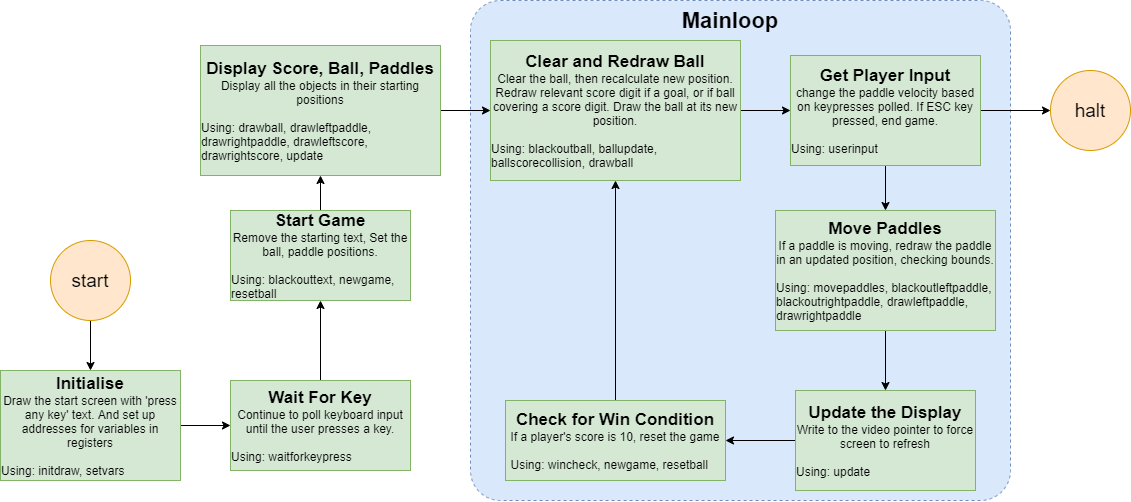
Above: doc/img/pong game structure.png in OliverKillane/Arm-11-Group-Project (draw.io), before the change. Source tidied: cells renumbered, new cells last; positions are measured from the earlier drawing's top-left corner, leaving out a move shared by most shapes. Source of this version:
```xml
<mxGraphModel>
  <root>
    <mxCell id="0" />
    <mxCell id="1" parent="0" />
    <mxCell id="2" style="rounded=1;whiteSpace=wrap;html=1;arcSize=6;dashed=1;fillColor=#dae8fc;strokeColor=#6c8ebf;" parent="1" vertex="1">
      <mxGeometry x="470" width="540" height="500" as="geometry" />
    </mxCell>
    <mxCell id="3" style="edgeStyle=orthogonalEdgeStyle;rounded=0;jettySize=auto;html=1;exitX=1;exitY=0.5;exitDx=0;exitDy=0;entryX=0;entryY=0.5;entryDx=0;entryDy=0;" parent="1" edge="1" source="4" target="26">
      <mxGeometry relative="1" as="geometry" />
    </mxCell>
    <mxCell id="4" value="&lt;span style=&quot;font-size: 17px&quot;&gt;&lt;b&gt;Initialise&lt;/b&gt;&lt;/span&gt;&lt;br&gt;Draw the start screen with 'press any key' text. And set up addresses for variables in registers&lt;br&gt;&lt;br&gt;&lt;div style=&quot;text-align: left&quot;&gt;&lt;span&gt;Using:&amp;nbsp;&lt;/span&gt;&lt;span&gt;initdraw, setvars&lt;/span&gt;&lt;/div&gt;" style="rounded=0;whiteSpace=wrap;html=1;fillColor=#d5e8d4;strokeColor=#82b366;" parent="1" vertex="1">
      <mxGeometry y="370" width="180" height="110" as="geometry" />
    </mxCell>
    <mxCell id="5" style="edgeStyle=orthogonalEdgeStyle;rounded=0;jettySize=auto;html=1;exitX=0.5;exitY=0;exitDx=0;exitDy=0;entryX=0.5;entryY=1;entryDx=0;entryDy=0;" parent="1" edge="1" source="6" target="24">
      <mxGeometry relative="1" as="geometry" />
    </mxCell>
    <mxCell id="6" value="&lt;span style=&quot;font-size: 17px&quot;&gt;&lt;b&gt;Start Game&lt;/b&gt;&lt;/span&gt;&lt;br&gt;Remove the starting text, Set the ball, paddle positions.&lt;br&gt;&lt;br&gt;&lt;div style=&quot;text-align: left&quot;&gt;&lt;span&gt;Using: blackouttext, newgame, resetball&lt;/span&gt;&lt;/div&gt;" style="rounded=0;whiteSpace=wrap;html=1;fillColor=#d5e8d4;strokeColor=#82b366;" parent="1" vertex="1">
      <mxGeometry x="230" y="210" width="180" height="90" as="geometry" />
    </mxCell>
    <mxCell id="7" style="edgeStyle=orthogonalEdgeStyle;rounded=0;jettySize=auto;html=1;exitX=1;exitY=0.5;exitDx=0;exitDy=0;entryX=0;entryY=0.5;entryDx=0;entryDy=0;" parent="1" edge="1" source="8" target="10">
      <mxGeometry relative="1" as="geometry" />
    </mxCell>
    <mxCell id="8" value="&lt;span style=&quot;font-size: 17px&quot;&gt;&lt;b&gt;Display Score, Ball, Paddles&lt;/b&gt;&lt;/span&gt;&lt;br&gt;Display all the objects in their starting positions&lt;br&gt;&lt;br&gt;&lt;div style=&quot;text-align: left&quot;&gt;&lt;span&gt;Using: drawball, drawleftpaddle, drawrightpaddle, drawleftscore, drawrightscore, update&lt;/span&gt;&lt;/div&gt;" style="rounded=0;whiteSpace=wrap;html=1;" parent="1" vertex="1">
      <mxGeometry x="200" y="45" width="240" height="130" as="geometry" />
    </mxCell>
    <mxCell id="9" style="edgeStyle=orthogonalEdgeStyle;rounded=0;jettySize=auto;html=1;exitX=1;exitY=0.5;exitDx=0;exitDy=0;entryX=0;entryY=0.5;entryDx=0;entryDy=0;" parent="1" edge="1" source="10" target="13">
      <mxGeometry relative="1" as="geometry" />
    </mxCell>
    <mxCell id="10" value="&lt;span style=&quot;font-size: 17px&quot;&gt;&lt;b&gt;Clear and Redraw Ball&lt;/b&gt;&lt;/span&gt;&lt;br&gt;Clear the ball, then recalculate new position. Redraw relevant score digit if a goal, or if ball covering a score digit. Draw the ball at its new position.&lt;br&gt;&lt;br&gt;&lt;div style=&quot;text-align: left&quot;&gt;&lt;span&gt;Using: blackoutball, ballupdate, ballscorecollision, drawball&lt;/span&gt;&lt;/div&gt;" style="rounded=0;whiteSpace=wrap;html=1;fillColor=#d5e8d4;strokeColor=#82b366;" parent="1" vertex="1">
      <mxGeometry x="490" y="40" width="250" height="140" as="geometry" />
    </mxCell>
    <mxCell id="11" style="edgeStyle=orthogonalEdgeStyle;rounded=0;jettySize=auto;html=1;exitX=0.5;exitY=1;exitDx=0;exitDy=0;entryX=0.5;entryY=0;entryDx=0;entryDy=0;" parent="1" edge="1" source="13" target="15">
      <mxGeometry relative="1" as="geometry" />
    </mxCell>
    <mxCell id="12" style="edgeStyle=orthogonalEdgeStyle;rounded=0;jettySize=auto;html=1;exitX=1;exitY=0.5;exitDx=0;exitDy=0;entryX=0;entryY=0.5;entryDx=0;entryDy=0;" parent="1" edge="1" source="13" target="23">
      <mxGeometry relative="1" as="geometry" />
    </mxCell>
    <mxCell id="13" value="&lt;span style=&quot;font-size: 17px&quot;&gt;&lt;b&gt;Get Player Input&lt;/b&gt;&lt;/span&gt;&lt;br&gt;change the paddle velocity based on keypresses polled. If ESC key pressed, end game.&lt;br&gt;&lt;br&gt;&lt;div style=&quot;text-align: left&quot;&gt;Using: userinput&lt;/div&gt;" style="rounded=0;whiteSpace=wrap;html=1;fillColor=#d5e8d4;strokeColor=#82b366;" parent="1" vertex="1">
      <mxGeometry x="790" y="55" width="190" height="110" as="geometry" />
    </mxCell>
    <mxCell id="14" style="edgeStyle=orthogonalEdgeStyle;rounded=0;jettySize=auto;html=1;exitX=0.5;exitY=1;exitDx=0;exitDy=0;entryX=0.5;entryY=0;entryDx=0;entryDy=0;" parent="1" edge="1" source="15" target="19">
      <mxGeometry relative="1" as="geometry" />
    </mxCell>
    <mxCell id="15" value="&lt;span style=&quot;font-size: 17px&quot;&gt;&lt;b&gt;Move Paddles&lt;/b&gt;&lt;/span&gt;&lt;br&gt;If a paddle is moving, redraw the paddle in an updated position, checking bounds.&lt;br&gt;&lt;br&gt;&lt;div style=&quot;text-align: left&quot;&gt;Using: movepaddles, blackoutleftpaddle, blackoutrightpaddle, drawleftpaddle, drawrightpaddle&lt;/div&gt;" style="rounded=0;whiteSpace=wrap;html=1;fillColor=#d5e8d4;strokeColor=#82b366;" parent="1" vertex="1">
      <mxGeometry x="775" y="210" width="220" height="120" as="geometry" />
    </mxCell>
    <mxCell id="16" style="edgeStyle=orthogonalEdgeStyle;rounded=0;jettySize=auto;html=1;exitX=0.5;exitY=0;exitDx=0;exitDy=0;entryX=0.5;entryY=1;entryDx=0;entryDy=0;" parent="1" edge="1" source="17" target="10">
      <mxGeometry relative="1" as="geometry" />
    </mxCell>
    <mxCell id="17" value="&lt;span style=&quot;font-size: 17px&quot;&gt;&lt;b&gt;Check for Win Condition&lt;/b&gt;&lt;/span&gt;&lt;br&gt;If a player's score is 10, reset the game&lt;br&gt;&lt;br&gt;&lt;div style=&quot;text-align: left&quot;&gt;Using: wincheck, newgame, resetball&lt;/div&gt;" style="rounded=0;whiteSpace=wrap;html=1;fillColor=#d5e8d4;strokeColor=#82b366;" parent="1" vertex="1">
      <mxGeometry x="505" y="400" width="220" height="80" as="geometry" />
    </mxCell>
    <mxCell id="18" style="edgeStyle=orthogonalEdgeStyle;rounded=0;jettySize=auto;html=1;exitX=0;exitY=0.5;exitDx=0;exitDy=0;entryX=1;entryY=0.5;entryDx=0;entryDy=0;" parent="1" edge="1" source="19" target="17">
      <mxGeometry relative="1" as="geometry" />
    </mxCell>
    <mxCell id="19" value="&lt;span style=&quot;font-size: 17px&quot;&gt;&lt;b&gt;Update the Display&lt;/b&gt;&lt;/span&gt;&lt;br&gt;Write to the video pointer to force screen to refresh&lt;br&gt;&lt;br&gt;&lt;div style=&quot;text-align: left&quot;&gt;Using: update&lt;/div&gt;" style="rounded=0;whiteSpace=wrap;html=1;fillColor=#d5e8d4;strokeColor=#82b366;" parent="1" vertex="1">
      <mxGeometry x="795" y="390" width="180" height="100" as="geometry" />
    </mxCell>
    <mxCell id="20" value="&lt;font style=&quot;font-size: 22px&quot;&gt;&lt;b&gt;Mainloop&lt;/b&gt;&lt;/font&gt;" style="text;html=1;strokeColor=none;fillColor=none;align=center;verticalAlign=middle;whiteSpace=wrap;rounded=0;dashed=1;" parent="1" vertex="1">
      <mxGeometry x="710" y="10" width="40" height="20" as="geometry" />
    </mxCell>
    <mxCell id="21" style="edgeStyle=orthogonalEdgeStyle;rounded=0;jettySize=auto;html=1;exitX=0.5;exitY=1;exitDx=0;exitDy=0;entryX=0.5;entryY=0;entryDx=0;entryDy=0;" parent="1" edge="1" source="22" target="4">
      <mxGeometry relative="1" as="geometry" />
    </mxCell>
    <mxCell id="22" value="&lt;font style=&quot;font-size: 19px&quot;&gt;start&lt;/font&gt;" style="ellipse;whiteSpace=wrap;html=1;fillColor=#ffe6cc;strokeColor=#d79b00;" parent="1" vertex="1">
      <mxGeometry x="50" y="240" width="80" height="80" as="geometry" />
    </mxCell>
    <mxCell id="23" value="&lt;font style=&quot;font-size: 19px&quot;&gt;halt&lt;/font&gt;" style="ellipse;whiteSpace=wrap;html=1;fillColor=#ffe6cc;strokeColor=#d79b00;" parent="1" vertex="1">
      <mxGeometry x="1050" y="70" width="80" height="80" as="geometry" />
    </mxCell>
    <mxCell id="24" value="&lt;span style=&quot;font-size: 17px&quot;&gt;&lt;b&gt;Display Score, Ball, Paddles&lt;/b&gt;&lt;/span&gt;&lt;br&gt;Display all the objects in their starting positions&lt;br&gt;&lt;br&gt;&lt;div style=&quot;text-align: left&quot;&gt;&lt;span&gt;Using: drawball, drawleftpaddle, drawrightpaddle, drawleftscore, drawrightscore, update&lt;/span&gt;&lt;/div&gt;" style="rounded=0;whiteSpace=wrap;html=1;fillColor=#d5e8d4;strokeColor=#82b366;" parent="1" vertex="1">
      <mxGeometry x="200" y="45" width="240" height="130" as="geometry" />
    </mxCell>
    <mxCell id="25" style="edgeStyle=orthogonalEdgeStyle;rounded=0;jettySize=auto;html=1;exitX=0.5;exitY=0;exitDx=0;exitDy=0;" parent="1" edge="1" source="26" target="6">
      <mxGeometry relative="1" as="geometry" />
    </mxCell>
    <mxCell id="26" value="&lt;span style=&quot;font-size: 17px&quot;&gt;&lt;b&gt;Wait For Key&lt;/b&gt;&lt;/span&gt;&lt;br&gt;Continue to poll keyboard input until the user presses a key.&lt;br&gt;&lt;br&gt;&lt;div style=&quot;text-align: left&quot;&gt;&lt;span&gt;Using: waitforkeypress&lt;/span&gt;&lt;/div&gt;" style="rounded=0;whiteSpace=wrap;html=1;fillColor=#d5e8d4;strokeColor=#82b366;" parent="1" vertex="1">
      <mxGeometry x="230" y="380" width="180" height="90" as="geometry" />
    </mxCell>
  </root>
</mxGraphModel>
```
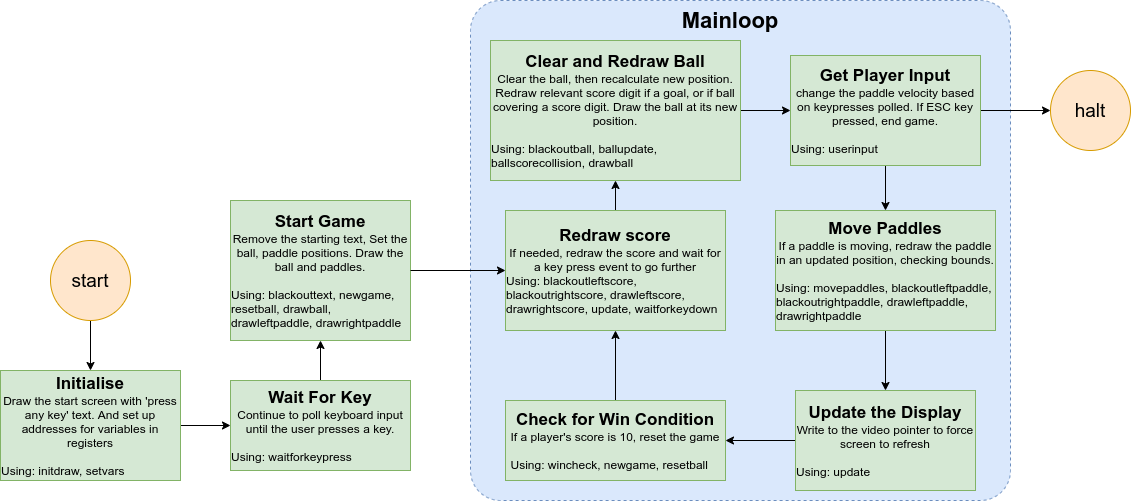
Above is the later version.

Commit message:
Updated the pong diagram

The edit, as a diff of the source:
```diff
@@ -11,18 +11,12 @@
     <mxCell id="4" value="&lt;span style=&quot;font-size: 17px&quot;&gt;&lt;b&gt;Initialise&lt;/b&gt;&lt;/span&gt;&lt;br&gt;Draw the start screen with 'press any key' text. And set up addresses for variables in registers&lt;br&gt;&lt;br&gt;&lt;div style=&quot;text-align: left&quot;&gt;&lt;span&gt;Using:&amp;nbsp;&lt;/span&gt;&lt;span&gt;initdraw, setvars&lt;/span&gt;&lt;/div&gt;" style="rounded=0;whiteSpace=wrap;html=1;fillColor=#d5e8d4;strokeColor=#82b366;" parent="1" vertex="1">
       <mxGeometry y="370" width="180" height="110" as="geometry" />
     </mxCell>
-    <mxCell id="5" style="edgeStyle=orthogonalEdgeStyle;rounded=0;jettySize=auto;html=1;exitX=0.5;exitY=0;exitDx=0;exitDy=0;entryX=0.5;entryY=1;entryDx=0;entryDy=0;" parent="1" edge="1" source="6" target="24">
-      <mxGeometry relative="1" as="geometry" />
-    </mxCell>
-    <mxCell id="6" value="&lt;span style=&quot;font-size: 17px&quot;&gt;&lt;b&gt;Start Game&lt;/b&gt;&lt;/span&gt;&lt;br&gt;Remove the starting text, Set the ball, paddle positions.&lt;br&gt;&lt;br&gt;&lt;div style=&quot;text-align: left&quot;&gt;&lt;span&gt;Using: blackouttext, newgame, resetball&lt;/span&gt;&lt;/div&gt;" style="rounded=0;whiteSpace=wrap;html=1;fillColor=#d5e8d4;strokeColor=#82b366;" parent="1" vertex="1">
-      <mxGeometry x="230" y="210" width="180" height="90" as="geometry" />
+    <mxCell id="6" value="&lt;span style=&quot;font-size: 17px&quot;&gt;&lt;b&gt;Start Game&lt;/b&gt;&lt;/span&gt;&lt;br&gt;Remove the starting text, Set the ball, paddle positions. Draw the ball and paddles.&lt;br&gt;&lt;br&gt;&lt;div style=&quot;text-align: left&quot;&gt;&lt;span&gt;Using: blackouttext, newgame, resetball, drawball, drawleftpaddle, drawrightpaddle&lt;/span&gt;&lt;/div&gt;" style="rounded=0;whiteSpace=wrap;html=1;fillColor=#d5e8d4;strokeColor=#82b366;" parent="1" vertex="1">
+      <mxGeometry x="230" y="200" width="180" height="140" as="geometry" />
     </mxCell>
-    <mxCell id="7" style="edgeStyle=orthogonalEdgeStyle;rounded=0;jettySize=auto;html=1;exitX=1;exitY=0.5;exitDx=0;exitDy=0;entryX=0;entryY=0.5;entryDx=0;entryDy=0;" parent="1" edge="1" source="8" target="10">
+    <mxCell id="7" style="edgeStyle=orthogonalEdgeStyle;rounded=0;jettySize=auto;html=1;exitX=1;exitY=0.5;exitDx=0;exitDy=0;entryX=0;entryY=0.5;entryDx=0;entryDy=0;" parent="1" edge="1" source="6" target="29">
       <mxGeometry relative="1" as="geometry" />
     </mxCell>
-    <mxCell id="8" value="&lt;span style=&quot;font-size: 17px&quot;&gt;&lt;b&gt;Display Score, Ball, Paddles&lt;/b&gt;&lt;/span&gt;&lt;br&gt;Display all the objects in their starting positions&lt;br&gt;&lt;br&gt;&lt;div style=&quot;text-align: left&quot;&gt;&lt;span&gt;Using: drawball, drawleftpaddle, drawrightpaddle, drawleftscore, drawrightscore, update&lt;/span&gt;&lt;/div&gt;" style="rounded=0;whiteSpace=wrap;html=1;" parent="1" vertex="1">
-      <mxGeometry x="200" y="45" width="240" height="130" as="geometry" />
-    </mxCell>
     <mxCell id="9" style="edgeStyle=orthogonalEdgeStyle;rounded=0;jettySize=auto;html=1;exitX=1;exitY=0.5;exitDx=0;exitDy=0;entryX=0;entryY=0.5;entryDx=0;entryDy=0;" parent="1" edge="1" source="10" target="13">
       <mxGeometry relative="1" as="geometry" />
     </mxCell>
@@ -44,9 +38,9 @@
     <mxCell id="15" value="&lt;span style=&quot;font-size: 17px&quot;&gt;&lt;b&gt;Move Paddles&lt;/b&gt;&lt;/span&gt;&lt;br&gt;If a paddle is moving, redraw the paddle in an updated position, checking bounds.&lt;br&gt;&lt;br&gt;&lt;div style=&quot;text-align: left&quot;&gt;Using: movepaddles, blackoutleftpaddle, blackoutrightpaddle, drawleftpaddle, drawrightpaddle&lt;/div&gt;" style="rounded=0;whiteSpace=wrap;html=1;fillColor=#d5e8d4;strokeColor=#82b366;" parent="1" vertex="1">
       <mxGeometry x="775" y="210" width="220" height="120" as="geometry" />
     </mxCell>
-    <mxCell id="16" style="edgeStyle=orthogonalEdgeStyle;rounded=0;jettySize=auto;html=1;exitX=0.5;exitY=0;exitDx=0;exitDy=0;entryX=0.5;entryY=1;entryDx=0;entryDy=0;" parent="1" edge="1" source="17" target="10">
-      <mxGeometry relative="1" as="geometry" />
-    </mxCell>
+    <mxCell id="27" style="edgeStyle=orthogonalEdgeStyle;rounded=0;jettySize=auto;html=1;" parent="1" edge="1" source="17" target="29">
+      <mxGeometry relative="1" as="geometry" />
+    </mxCell>
     <mxCell id="17" value="&lt;span style=&quot;font-size: 17px&quot;&gt;&lt;b&gt;Check for Win Condition&lt;/b&gt;&lt;/span&gt;&lt;br&gt;If a player's score is 10, reset the game&lt;br&gt;&lt;br&gt;&lt;div style=&quot;text-align: left&quot;&gt;Using: wincheck, newgame, resetball&lt;/div&gt;" style="rounded=0;whiteSpace=wrap;html=1;fillColor=#d5e8d4;strokeColor=#82b366;" parent="1" vertex="1">
       <mxGeometry x="505" y="400" width="220" height="80" as="geometry" />
     </mxCell>
@@ -68,14 +62,17 @@
     <mxCell id="23" value="&lt;font style=&quot;font-size: 19px&quot;&gt;halt&lt;/font&gt;" style="ellipse;whiteSpace=wrap;html=1;fillColor=#ffe6cc;strokeColor=#d79b00;" parent="1" vertex="1">
       <mxGeometry x="1050" y="70" width="80" height="80" as="geometry" />
     </mxCell>
-    <mxCell id="24" value="&lt;span style=&quot;font-size: 17px&quot;&gt;&lt;b&gt;Display Score, Ball, Paddles&lt;/b&gt;&lt;/span&gt;&lt;br&gt;Display all the objects in their starting positions&lt;br&gt;&lt;br&gt;&lt;div style=&quot;text-align: left&quot;&gt;&lt;span&gt;Using: drawball, drawleftpaddle, drawrightpaddle, drawleftscore, drawrightscore, update&lt;/span&gt;&lt;/div&gt;" style="rounded=0;whiteSpace=wrap;html=1;fillColor=#d5e8d4;strokeColor=#82b366;" parent="1" vertex="1">
-      <mxGeometry x="200" y="45" width="240" height="130" as="geometry" />
-    </mxCell>
     <mxCell id="25" style="edgeStyle=orthogonalEdgeStyle;rounded=0;jettySize=auto;html=1;exitX=0.5;exitY=0;exitDx=0;exitDy=0;" parent="1" edge="1" source="26" target="6">
       <mxGeometry relative="1" as="geometry" />
     </mxCell>
     <mxCell id="26" value="&lt;span style=&quot;font-size: 17px&quot;&gt;&lt;b&gt;Wait For Key&lt;/b&gt;&lt;/span&gt;&lt;br&gt;Continue to poll keyboard input until the user presses a key.&lt;br&gt;&lt;br&gt;&lt;div style=&quot;text-align: left&quot;&gt;&lt;span&gt;Using: waitforkeypress&lt;/span&gt;&lt;/div&gt;" style="rounded=0;whiteSpace=wrap;html=1;fillColor=#d5e8d4;strokeColor=#82b366;" parent="1" vertex="1">
       <mxGeometry x="230" y="380" width="180" height="90" as="geometry" />
     </mxCell>
+    <mxCell id="28" style="edgeStyle=orthogonalEdgeStyle;rounded=0;jettySize=auto;html=1;" parent="1" edge="1" source="29" target="10">
+      <mxGeometry relative="1" as="geometry" />
+    </mxCell>
+    <mxCell id="29" value="&lt;span style=&quot;font-size: 17px&quot;&gt;&lt;b&gt;Redraw score&lt;/b&gt;&lt;/span&gt;&lt;br&gt;If needed, redraw the score and wait for a key press event to go further&lt;br&gt;&lt;div style=&quot;text-align: left&quot;&gt;Using: blackoutleftscore, blackoutrightscore, drawleftscore, drawrightscore, update, waitforkeydown&lt;/div&gt;" style="rounded=0;whiteSpace=wrap;html=1;fillColor=#d5e8d4;strokeColor=#82b366;" parent="1" vertex="1">
+      <mxGeometry x="505" y="210" width="220" height="120" as="geometry" />
+    </mxCell>
   </root>
 </mxGraphModel>
```
